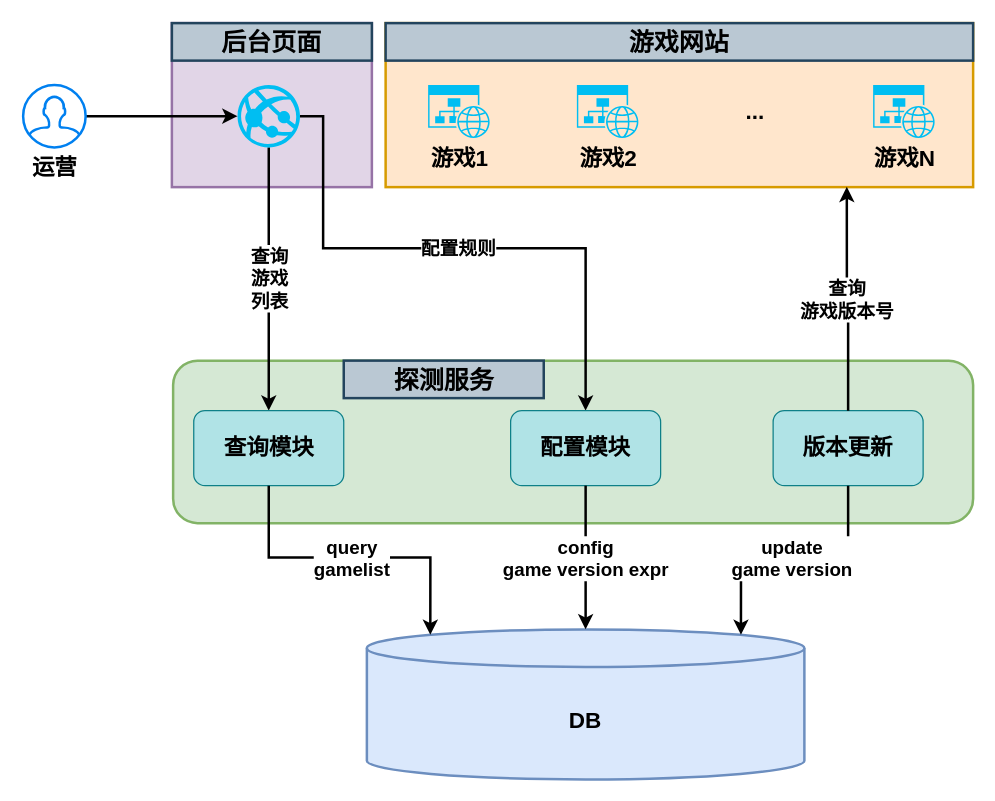
The draw.io diagram page "game-version-update-solution" (3 of 3) of projects.drawio in jackie-thank/beego-authz, before the edit. Source tidied: cells renumbered, new cells numbered last; positions are measured from the earlier drawing's top-left corner, leaving out a move shared by most shapes. Both pictures are drawn from the tidied source at 125%, with x=0, y=0 at pixel (22, 22).
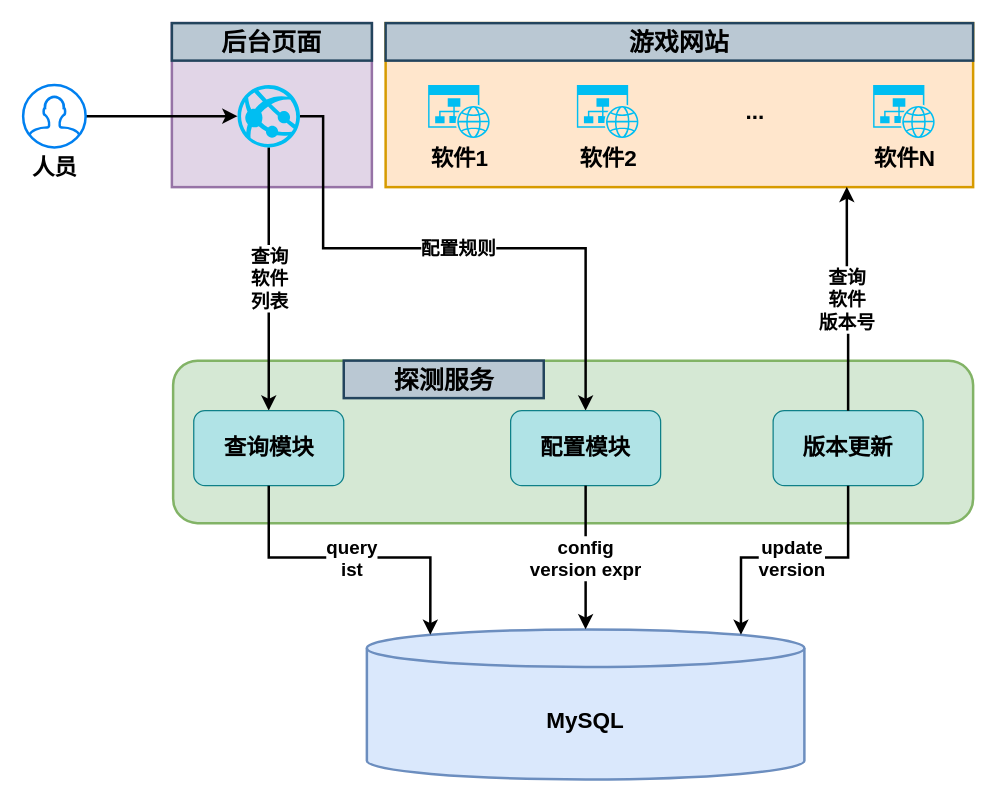
After the change.

Unchanged cells that the change refers to:
```xml
<mxCell id="3" style="rounded=0;whiteSpace=wrap;html=1;strokeColor=#d79b00;fontFamily=Helvetica;fontSize=12;fillColor=#ffe6cc;shadow=0;glass=0;strokeWidth=2;" parent="1" vertex="1">
  <mxGeometry x="290" width="470" height="131.2" as="geometry" />
</mxCell>
<mxCell id="12" style="verticalLabelPosition=bottom;html=1;verticalAlign=top;align=center;strokeColor=none;fillColor=#00BEF2;shape=mxgraph.azure.azure_website;rounded=1;fontFamily=Helvetica;fontSize=12;fontColor=default;" parent="1" vertex="1">
  <mxGeometry x="171.5" y="49.4" width="50" height="50" as="geometry" />
</mxCell>
<mxCell id="15" value="配置模块" style="rounded=1;whiteSpace=wrap;html=1;strokeColor=#0e8088;fontFamily=Helvetica;fontSize=18;fillColor=#b0e3e6;fontStyle=1;" parent="1" vertex="1">
  <mxGeometry x="390" y="310" width="120" height="60" as="geometry" />
</mxCell>
<mxCell id="16" value="查询模块" style="rounded=1;whiteSpace=wrap;html=1;strokeColor=#0e8088;fontFamily=Helvetica;fontSize=18;fillColor=#b0e3e6;fontStyle=1;" parent="1" vertex="1">
  <mxGeometry x="136.5" y="310" width="120" height="60" as="geometry" />
</mxCell>
<mxCell id="17" value="版本更新" style="rounded=1;whiteSpace=wrap;html=1;strokeColor=#0e8088;fontFamily=Helvetica;fontSize=18;fillColor=#b0e3e6;fontStyle=1;" parent="1" vertex="1">
  <mxGeometry x="600" y="310" width="120" height="60" as="geometry" />
</mxCell>
```

Change to the diagram source:
```diff
@@
-    <mxCell id="5" value="DB" style="shape=cylinder3;whiteSpace=wrap;html=1;boundedLbl=1;backgroundOutline=1;size=15;rounded=1;strokeColor=#6c8ebf;fontFamily=Helvetica;fontSize=18;fillColor=#dae8fc;strokeWidth=2;fontStyle=1;" parent="1" vertex="1">
+    <mxCell id="5" value="MySQL" style="shape=cylinder3;whiteSpace=wrap;html=1;boundedLbl=1;backgroundOutline=1;size=15;rounded=1;strokeColor=#6c8ebf;fontFamily=Helvetica;fontSize=18;fillColor=#dae8fc;strokeWidth=2;fontStyle=1;" parent="1" vertex="1">
       <mxGeometry x="275" y="485" width="350" height="120" as="geometry" />
     </mxCell>
-    <mxCell id="6" value="游戏1" style="verticalLabelPosition=bottom;html=1;verticalAlign=top;align=center;strokeColor=none;fillColor=#00BEF2;shape=mxgraph.azure.website_generic;rounded=1;fontFamily=Helvetica;fontSize=18;fontColor=default;fontStyle=1;" parent="1" vertex="1">
+    <mxCell id="6" value="软件1" style="verticalLabelPosition=bottom;html=1;verticalAlign=top;align=center;strokeColor=none;fillColor=#00BEF2;shape=mxgraph.azure.website_generic;rounded=1;fontFamily=Helvetica;fontSize=18;fontColor=default;fontStyle=1;" parent="1" vertex="1">
       <mxGeometry x="324" y="49.4" width="50" height="42.5" as="geometry" />
     </mxCell>
-    <mxCell id="7" value="游戏2" style="verticalLabelPosition=bottom;html=1;verticalAlign=top;align=center;strokeColor=none;fillColor=#00BEF2;shape=mxgraph.azure.website_generic;rounded=1;fontFamily=Helvetica;fontSize=18;fontColor=default;fontStyle=1;" parent="1" vertex="1">
+    <mxCell id="7" value="软件2" style="verticalLabelPosition=bottom;html=1;verticalAlign=top;align=center;strokeColor=none;fillColor=#00BEF2;shape=mxgraph.azure.website_generic;rounded=1;fontFamily=Helvetica;fontSize=18;fontColor=default;fontStyle=1;" parent="1" vertex="1">
       <mxGeometry x="443" y="49.4" width="50" height="42.5" as="geometry" />
     </mxCell>
-    <mxCell id="8" value="游戏N" style="verticalLabelPosition=bottom;html=1;verticalAlign=top;align=center;strokeColor=none;fillColor=#00BEF2;shape=mxgraph.azure.website_generic;rounded=1;fontFamily=Helvetica;fontSize=18;fontColor=default;fontStyle=1;" parent="1" vertex="1">
+    <mxCell id="8" value="软件N" style="verticalLabelPosition=bottom;html=1;verticalAlign=top;align=center;strokeColor=none;fillColor=#00BEF2;shape=mxgraph.azure.website_generic;rounded=1;fontFamily=Helvetica;fontSize=18;fontColor=default;fontStyle=1;" parent="1" vertex="1">
       <mxGeometry x="680" y="49.4" width="50" height="42.5" as="geometry" />
     </mxCell>
@@
-    <mxCell id="11" value="&lt;div style=&quot;font-size: 15px;&quot;&gt;查询&lt;/div&gt;&lt;div style=&quot;font-size: 15px;&quot;&gt;游戏&lt;/div&gt;&lt;div style=&quot;font-size: 15px;&quot;&gt;列表&lt;/div&gt;" style="edgeStyle=orthogonalEdgeStyle;rounded=0;jettySize=auto;html=1;exitX=0.5;exitY=1;exitDx=0;exitDy=0;exitPerimeter=0;fontFamily=Helvetica;fontSize=15;fontColor=default;fontStyle=1;strokeWidth=2;" parent="1" edge="1" source="12" target="16">
+    <mxCell id="11" value="&lt;div style=&quot;font-size: 15px;&quot;&gt;查询&lt;/div&gt;&lt;div style=&quot;font-size: 15px;&quot;&gt;软件&lt;br&gt;&lt;/div&gt;&lt;div style=&quot;font-size: 15px;&quot;&gt;列表&lt;/div&gt;" style="edgeStyle=orthogonalEdgeStyle;rounded=0;jettySize=auto;html=1;exitX=0.5;exitY=1;exitDx=0;exitDy=0;exitPerimeter=0;fontFamily=Helvetica;fontSize=15;fontColor=default;fontStyle=1;strokeWidth=2;" parent="1" edge="1" source="12" target="16">
       <mxGeometry relative="1" as="geometry" />
     </mxCell>
@@
-    <mxCell id="14" value="运营" style="html=1;verticalLabelPosition=bottom;align=center;labelBackgroundColor=#ffffff;verticalAlign=top;strokeWidth=2;strokeColor=#0080F0;shadow=0;dashed=0;shape=mxgraph.ios7.icons.user;rounded=1;fontFamily=Helvetica;fontSize=18;fontColor=default;fillColor=default;fontStyle=1;" parent="1" vertex="1">
+    <mxCell id="14" value="人员" style="html=1;verticalLabelPosition=bottom;align=center;labelBackgroundColor=#ffffff;verticalAlign=top;strokeWidth=2;strokeColor=#0080F0;shadow=0;dashed=0;shape=mxgraph.ios7.icons.user;rounded=1;fontFamily=Helvetica;fontSize=18;fontColor=default;fillColor=default;fontStyle=1;" parent="1" vertex="1">
       <mxGeometry y="49.4" width="50" height="50" as="geometry" />
     </mxCell>
@@
-    <mxCell id="20" value="&lt;div style=&quot;font-size: 15px;&quot;&gt;查询&lt;/div&gt;&lt;div style=&quot;font-size: 15px;&quot;&gt;游戏版本号&lt;/div&gt;" style="edgeStyle=orthogonalEdgeStyle;rounded=0;jettySize=auto;html=1;entryX=0.785;entryY=0.998;entryDx=0;entryDy=0;fontFamily=Helvetica;fontSize=15;fontColor=default;entryPerimeter=0;fontStyle=1;strokeWidth=2;" parent="1" edge="1" source="17" target="3">
+    <mxCell id="20" value="&lt;div style=&quot;font-size: 15px;&quot;&gt;查询&lt;/div&gt;&lt;div style=&quot;font-size: 15px;&quot;&gt;软件&lt;/div&gt;&lt;div style=&quot;font-size: 15px;&quot;&gt;版本号&lt;/div&gt;" style="edgeStyle=orthogonalEdgeStyle;rounded=0;jettySize=auto;html=1;entryX=0.785;entryY=0.998;entryDx=0;entryDy=0;fontFamily=Helvetica;fontSize=15;fontColor=default;entryPerimeter=0;fontStyle=1;strokeWidth=2;" parent="1" edge="1" source="17" target="3">
       <mxGeometry relative="1" as="geometry" />
     </mxCell>
-    <mxCell id="21" value="&lt;div&gt;query&lt;/div&gt;&lt;div&gt;gamelist&lt;/div&gt;" style="edgeStyle=orthogonalEdgeStyle;rounded=0;jettySize=auto;html=1;exitX=0.5;exitY=1;exitDx=0;exitDy=0;entryX=0.145;entryY=0;entryDx=0;entryDy=4.35;entryPerimeter=0;fontFamily=Helvetica;fontSize=15;fontColor=default;fontStyle=1;strokeWidth=2;" parent="1" edge="1" source="16" target="5">
+    <mxCell id="21" value="&lt;div&gt;query&lt;/div&gt;&lt;div&gt;ist&lt;/div&gt;" style="edgeStyle=orthogonalEdgeStyle;rounded=0;jettySize=auto;html=1;exitX=0.5;exitY=1;exitDx=0;exitDy=0;entryX=0.145;entryY=0;entryDx=0;entryDy=4.35;entryPerimeter=0;fontFamily=Helvetica;fontSize=15;fontColor=default;fontStyle=1;strokeWidth=2;" parent="1" edge="1" source="16" target="5">
       <mxGeometry relative="1" as="geometry" />
     </mxCell>
-    <mxCell id="22" value="&lt;div&gt;update&lt;/div&gt;&lt;div&gt;game version&lt;br&gt;&lt;/div&gt;" style="edgeStyle=orthogonalEdgeStyle;rounded=0;jettySize=auto;html=1;exitX=0.5;exitY=1;exitDx=0;exitDy=0;entryX=0.855;entryY=0;entryDx=0;entryDy=4.35;entryPerimeter=0;fontFamily=Helvetica;fontSize=15;fontColor=default;fontStyle=1;strokeWidth=2;" parent="1" edge="1" source="17" target="5">
+    <mxCell id="22" value="&lt;div&gt;update&lt;/div&gt;&lt;div&gt;version&lt;br&gt;&lt;/div&gt;" style="edgeStyle=orthogonalEdgeStyle;rounded=0;jettySize=auto;html=1;exitX=0.5;exitY=1;exitDx=0;exitDy=0;entryX=0.855;entryY=0;entryDx=0;entryDy=4.35;entryPerimeter=0;fontFamily=Helvetica;fontSize=15;fontColor=default;fontStyle=1;strokeWidth=2;" parent="1" edge="1" source="17" target="5">
       <mxGeometry relative="1" as="geometry" />
     </mxCell>
-    <mxCell id="23" value="&lt;div&gt;config&lt;/div&gt;&lt;div&gt;game version expr&lt;br&gt;&lt;/div&gt;" style="edgeStyle=orthogonalEdgeStyle;rounded=0;jettySize=auto;html=1;exitX=0.5;exitY=1;exitDx=0;exitDy=0;fontFamily=Helvetica;fontSize=15;fontColor=default;fontStyle=1;strokeWidth=2;" parent="1" edge="1" source="15" target="5">
+    <mxCell id="23" value="&lt;div&gt;config&lt;/div&gt;&lt;div&gt;version expr&lt;br&gt;&lt;/div&gt;" style="edgeStyle=orthogonalEdgeStyle;rounded=0;jettySize=auto;html=1;exitX=0.5;exitY=1;exitDx=0;exitDy=0;fontFamily=Helvetica;fontSize=15;fontColor=default;fontStyle=1;strokeWidth=2;" parent="1" edge="1" source="15" target="5">
       <mxGeometry relative="1" as="geometry" />
     </mxCell>
```
